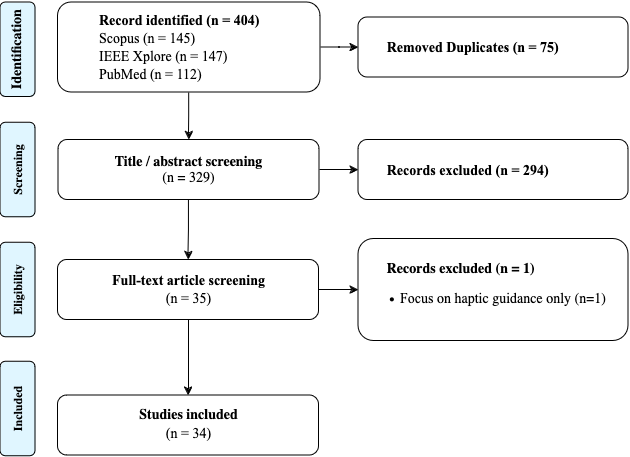
Before: prisma_overview.png, a diagram exported from draw.io (Hobsyllvin/Literature-Research-Master-Thesis). Source tidied: cells renumbered, new cells last; positions are measured from the earlier drawing's top-left corner, leaving out a move shared by most shapes.
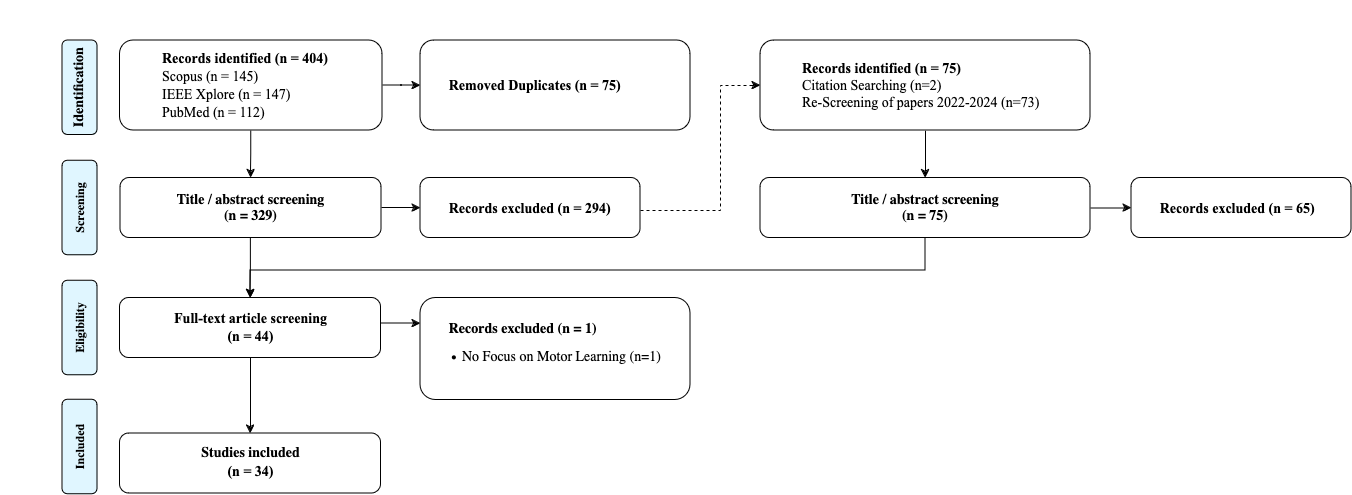
Later version of the same file.

Diff of the diagram source:
```diff
@@ -8,7 +8,7 @@
     <mxCell id="3" style="edgeStyle=orthogonalEdgeStyle;rounded=0;jettySize=auto;html=1;" parent="1" edge="1" source="4" target="14">
       <mxGeometry relative="1" as="geometry" />
     </mxCell>
-    <mxCell id="4" value="&lt;blockquote&gt;&lt;font face=&quot;Times New Roman&quot; style=&quot;font-size: 14px;&quot;&gt;&lt;b&gt;Record identified (n = 404)&lt;/b&gt;&lt;/font&gt;&lt;font style=&quot;font-size: 14px;&quot; face=&quot;5oVnLbHLS7s7FJfhOWXu&quot;&gt;&lt;br&gt;&lt;/font&gt;&lt;font style=&quot;font-size: 14px;&quot; face=&quot;Times New Roman&quot;&gt;Scopus&lt;/font&gt;&lt;font style=&quot;font-size: 14px;&quot; face=&quot;Times New Roman&quot;&gt; (n = 145)&lt;/font&gt;&lt;font style=&quot;font-size: 14px;&quot; face=&quot;5oVnLbHLS7s7FJfhOWXu&quot;&gt;&lt;br&gt;&lt;/font&gt;&lt;font style=&quot;font-size: 14px;&quot; face=&quot;Times New Roman&quot;&gt;IEEE Xplore (n = 147)&lt;/font&gt;&lt;font style=&quot;font-size: 14px;&quot; face=&quot;5oVnLbHLS7s7FJfhOWXu&quot;&gt;&lt;br&gt;&lt;/font&gt;&lt;font style=&quot;font-size: 14px;&quot; face=&quot;Times New Roman&quot;&gt;PubMed (n = 112)&lt;/font&gt;&lt;/blockquote&gt;" style="rounded=1;whiteSpace=wrap;html=1;fontSize=12;glass=0;strokeWidth=1;shadow=0;align=left;" parent="1" vertex="1">
+    <mxCell id="4" value="&lt;blockquote&gt;&lt;font face=&quot;Times New Roman&quot; style=&quot;font-size: 14px;&quot;&gt;&lt;b&gt;Records identified (n = 404)&lt;/b&gt;&lt;/font&gt;&lt;font style=&quot;font-size: 14px;&quot; face=&quot;5oVnLbHLS7s7FJfhOWXu&quot;&gt;&lt;br&gt;&lt;/font&gt;&lt;font style=&quot;font-size: 14px;&quot; face=&quot;Times New Roman&quot;&gt;Scopus&lt;/font&gt;&lt;font style=&quot;font-size: 14px;&quot; face=&quot;Times New Roman&quot;&gt; (n = 145)&lt;/font&gt;&lt;font style=&quot;font-size: 14px;&quot; face=&quot;5oVnLbHLS7s7FJfhOWXu&quot;&gt;&lt;br&gt;&lt;/font&gt;&lt;font style=&quot;font-size: 14px;&quot; face=&quot;Times New Roman&quot;&gt;IEEE Xplore (n = 147)&lt;/font&gt;&lt;font style=&quot;font-size: 14px;&quot; face=&quot;5oVnLbHLS7s7FJfhOWXu&quot;&gt;&lt;br&gt;&lt;/font&gt;&lt;font style=&quot;font-size: 14px;&quot; face=&quot;Times New Roman&quot;&gt;PubMed (n = 112)&lt;/font&gt;&lt;/blockquote&gt;" style="rounded=1;whiteSpace=wrap;html=1;fontSize=12;glass=0;strokeWidth=1;shadow=0;align=left;" parent="1" vertex="1">
       <mxGeometry x="87.5" width="262.5" height="90" as="geometry" />
     </mxCell>
     <mxCell id="5" style="edgeStyle=orthogonalEdgeStyle;rounded=0;jettySize=auto;html=1;" parent="1" edge="1" source="7" target="11">
@@ -17,29 +17,34 @@
     <mxCell id="6" style="edgeStyle=orthogonalEdgeStyle;rounded=0;jettySize=auto;html=1;" parent="1" edge="1" source="7" target="10">
       <mxGeometry relative="1" as="geometry" />
     </mxCell>
-    <mxCell id="7" value="&lt;div&gt;&lt;font style=&quot;font-size: 14px;&quot;&gt;&lt;b&gt;&lt;font face=&quot;Lucida Console&quot;&gt;Title / abstract screening&lt;/font&gt;&lt;/b&gt;&lt;/font&gt;&lt;/div&gt;&lt;div&gt;&lt;font style=&quot;font-size: 14px;&quot; face=&quot;Vf-fnMTilvaQMkSSkMgD&quot;&gt;(n = 329)&lt;br&gt;&lt;/font&gt;&lt;/div&gt;" style="rounded=1;whiteSpace=wrap;html=1;fontSize=12;glass=0;strokeWidth=1;shadow=0;" parent="1" vertex="1">
+    <mxCell id="7" value="&lt;div&gt;&lt;font style=&quot;font-size: 14px;&quot;&gt;&lt;b&gt;&lt;font face=&quot;Lucida Console&quot;&gt;Title / abstract screening&lt;/font&gt;&lt;/b&gt;&lt;/font&gt;&lt;/div&gt;&lt;div&gt;&lt;b&gt;&lt;font style=&quot;font-size: 14px;&quot; face=&quot;Vf-fnMTilvaQMkSSkMgD&quot;&gt;(n = 329)&lt;br&gt;&lt;/font&gt;&lt;/b&gt;&lt;/div&gt;" style="rounded=1;whiteSpace=wrap;html=1;fontSize=12;glass=0;strokeWidth=1;shadow=0;" parent="1" vertex="1">
       <mxGeometry x="88" y="137.5" width="261" height="60" as="geometry" />
     </mxCell>
     <mxCell id="8" style="edgeStyle=orthogonalEdgeStyle;rounded=0;jettySize=auto;html=1;" parent="1" edge="1" source="10" target="13">
       <mxGeometry relative="1" as="geometry" />
     </mxCell>
-    <mxCell id="9" style="edgeStyle=orthogonalEdgeStyle;rounded=0;jettySize=auto;html=1;" parent="1" edge="1" source="10" target="12">
-      <mxGeometry relative="1" as="geometry" />
+    <mxCell id="9" style="edgeStyle=orthogonalEdgeStyle;rounded=0;jettySize=auto;html=1;entryX=0;entryY=0.25;entryDx=0;entryDy=0;" parent="1" edge="1" source="10" target="12">
+      <mxGeometry relative="1" as="geometry">
+        <Array as="points">
+          <mxPoint x="358" y="283" />
+          <mxPoint x="358" y="283" />
+        </Array>
+      </mxGeometry>
     </mxCell>
-    <mxCell id="10" value="&lt;div&gt;&lt;font style=&quot;font-size: 14px;&quot; face=&quot;Times New Roman&quot;&gt;&lt;b&gt;&lt;font&gt;Full-text article screening&lt;/font&gt;&lt;/b&gt;&lt;/font&gt;&lt;/div&gt;&lt;div&gt;&lt;font style=&quot;font-size: 14px;&quot; face=&quot;Times New Roman&quot;&gt;(n = 35)&lt;/font&gt;&lt;font size=&quot;3&quot; face=&quot;kwr3ORwjJ1YsfLUXT_0h&quot;&gt;&lt;br&gt;&lt;/font&gt;&lt;/div&gt;" style="rounded=1;whiteSpace=wrap;html=1;fontSize=12;glass=0;strokeWidth=1;shadow=0;" parent="1" vertex="1">
+    <mxCell id="10" value="&lt;div&gt;&lt;font style=&quot;font-size: 14px;&quot; face=&quot;Times New Roman&quot;&gt;&lt;b&gt;&lt;font&gt;Full-text article screening&lt;/font&gt;&lt;/b&gt;&lt;/font&gt;&lt;/div&gt;&lt;div&gt;&lt;b&gt;&lt;font style=&quot;font-size: 14px;&quot; face=&quot;Times New Roman&quot;&gt;(n = 44)&lt;/font&gt;&lt;font size=&quot;3&quot; face=&quot;kwr3ORwjJ1YsfLUXT_0h&quot;&gt;&lt;br&gt;&lt;/font&gt;&lt;/b&gt;&lt;/div&gt;" style="rounded=1;whiteSpace=wrap;html=1;fontSize=12;glass=0;strokeWidth=1;shadow=0;" parent="1" vertex="1">
       <mxGeometry x="87.5" y="257.5" width="261" height="60" as="geometry" />
     </mxCell>
     <mxCell id="11" value="&lt;div align=&quot;left&quot;&gt;&lt;div&gt;&lt;font face=&quot;Times New Roman&quot;&gt;&lt;b&gt;&lt;font style=&quot;font-size: 14px;&quot;&gt;&lt;span style=&quot;white-space: pre;&quot;&gt;&#9;&lt;/span&gt;Records excluded (n = 294)&lt;/font&gt;&lt;/b&gt;&lt;/font&gt;&lt;/div&gt;&lt;/div&gt;" style="rounded=1;whiteSpace=wrap;html=1;fontSize=12;glass=0;strokeWidth=1;shadow=0;align=left;" parent="1" vertex="1">
-      <mxGeometry x="388" y="137.5" width="270" height="60" as="geometry" />
+      <mxGeometry x="388" y="137.5" width="220" height="60" as="geometry" />
     </mxCell>
-    <mxCell id="12" value="&lt;div align=&quot;justify&quot;&gt;&lt;b&gt;&lt;font style=&quot;font-size: 14px;&quot; face=&quot;Lucida Console&quot;&gt;&lt;span style=&quot;white-space: pre;&quot;&gt;&#9;&lt;/span&gt;Records excluded (n = 1)&lt;/font&gt;&lt;/b&gt;&lt;/div&gt;&lt;div align=&quot;justify&quot;&gt;&lt;ul&gt;&lt;li&gt;&lt;font style=&quot;font-size: 14px;&quot; face=&quot;Times New Roman&quot;&gt;Focus&lt;/font&gt;&lt;font style=&quot;font-size: 14px;&quot; face=&quot;mY5P2F2tdVI3r5gdOyLp&quot;&gt; on haptic guidance only (n=1)&lt;br&gt;&lt;/font&gt;&lt;/li&gt;&lt;/ul&gt;&lt;/div&gt;" style="rounded=1;whiteSpace=wrap;html=1;fontSize=12;glass=0;strokeWidth=1;shadow=0;align=left;" parent="1" vertex="1">
-      <mxGeometry x="388" y="236.5" width="270" height="102" as="geometry" />
+    <mxCell id="12" value="&lt;div align=&quot;justify&quot;&gt;&lt;b&gt;&lt;font style=&quot;font-size: 14px;&quot; face=&quot;Lucida Console&quot;&gt;&lt;span style=&quot;white-space: pre;&quot;&gt;&#9;&lt;/span&gt;Records excluded (n = 1)&lt;/font&gt;&lt;/b&gt;&lt;/div&gt;&lt;div align=&quot;justify&quot;&gt;&lt;ul&gt;&lt;li&gt;&lt;font style=&quot;font-size: 14px;&quot; face=&quot;mY5P2F2tdVI3r5gdOyLp&quot;&gt;No Focus on Motor Learning&lt;/font&gt;&lt;font style=&quot;font-size: 14px;&quot; face=&quot;mY5P2F2tdVI3r5gdOyLp&quot;&gt; (n=1)&lt;br&gt;&lt;/font&gt;&lt;/li&gt;&lt;/ul&gt;&lt;/div&gt;" style="rounded=1;whiteSpace=wrap;html=1;fontSize=12;glass=0;strokeWidth=1;shadow=0;align=left;" parent="1" vertex="1">
+      <mxGeometry x="388" y="257.5" width="270" height="102" as="geometry" />
     </mxCell>
-    <mxCell id="13" value="&lt;div&gt;&lt;font style=&quot;font-size: 14px;&quot;&gt;&lt;b&gt;&lt;font face=&quot;Lucida Console&quot;&gt;Studies included&lt;/font&gt;&lt;/b&gt;&lt;/font&gt;&lt;/div&gt;&lt;div&gt;&lt;font face=&quot;Times New Roman&quot; style=&quot;font-size: 14px;&quot;&gt;(n = 34)&lt;/font&gt;&lt;font face=&quot;HePOMZP5A3MMD9hjjT4f&quot; size=&quot;3&quot;&gt;&lt;br&gt;&lt;/font&gt;&lt;/div&gt;" style="rounded=1;whiteSpace=wrap;html=1;fontSize=12;glass=0;strokeWidth=1;shadow=0;" parent="1" vertex="1">
+    <mxCell id="13" value="&lt;div&gt;&lt;font style=&quot;font-size: 14px;&quot;&gt;&lt;b&gt;&lt;font face=&quot;Lucida Console&quot;&gt;Studies included&lt;/font&gt;&lt;/b&gt;&lt;/font&gt;&lt;/div&gt;&lt;div&gt;&lt;b&gt;&lt;font face=&quot;Times New Roman&quot; style=&quot;font-size: 14px;&quot;&gt;(n = 34)&lt;/font&gt;&lt;font face=&quot;HePOMZP5A3MMD9hjjT4f&quot; size=&quot;3&quot;&gt;&lt;br&gt;&lt;/font&gt;&lt;/b&gt;&lt;/div&gt;" style="rounded=1;whiteSpace=wrap;html=1;fontSize=12;glass=0;strokeWidth=1;shadow=0;" parent="1" vertex="1">
       <mxGeometry x="87.5" y="393" width="261" height="60" as="geometry" />
     </mxCell>
     <mxCell id="14" value="&lt;div align=&quot;left&quot;&gt;&lt;font face=&quot;Times New Roman&quot; style=&quot;font-size: 14px;&quot;&gt;&lt;b&gt;&lt;span style=&quot;white-space: pre;&quot;&gt;&#9;&lt;/span&gt;Removed Duplicates (n = 75)&lt;/b&gt;&lt;/font&gt;&lt;/div&gt;" style="rounded=1;whiteSpace=wrap;html=1;fontSize=12;glass=0;strokeWidth=1;shadow=0;align=left;" parent="1" vertex="1">
-      <mxGeometry x="388" y="15" width="270" height="60" as="geometry" />
+      <mxGeometry x="388" width="270" height="90" as="geometry" />
     </mxCell>
     <mxCell id="15" value="&lt;font face=&quot;Lucida Console&quot; style=&quot;font-size: 14px;&quot;&gt;&lt;b&gt;Identification&lt;/b&gt;&lt;/font&gt;" style="rounded=1;whiteSpace=wrap;html=1;rotation=-90;fillColor=#E0F6FF;" parent="1" vertex="1">
       <mxGeometry x="0.2" y="29.8" width="94.5" height="35" as="geometry" />
@@ -53,5 +58,45 @@
     <mxCell id="18" value="&lt;font face=&quot;Lucida Console&quot;&gt;&lt;b&gt;Included&lt;/b&gt;&lt;/font&gt;" style="rounded=1;whiteSpace=wrap;html=1;rotation=-90;fillColor=#E0F6FF;" parent="1" vertex="1">
       <mxGeometry x="0.2" y="389" width="94.5" height="35" as="geometry" />
     </mxCell>
+    <mxCell id="19" style="ellipse;whiteSpace=wrap;html=1;" parent="1" vertex="1">
+      <mxGeometry x="-32" y="-40" width="40" as="geometry" />
+    </mxCell>
+    <mxCell id="20" style="edgeStyle=orthogonalEdgeStyle;rounded=0;jettySize=auto;html=1;" parent="1" edge="1" source="21" target="24">
+      <mxGeometry relative="1" as="geometry" />
+    </mxCell>
+    <mxCell id="21" value="&lt;blockquote&gt;&lt;font face=&quot;Times New Roman&quot; style=&quot;font-size: 14px;&quot;&gt;&lt;b&gt;Records identified (n = 75)&lt;/b&gt;&lt;/font&gt;&lt;font face=&quot;Times New Roman&quot; style=&quot;font-size: 14px;&quot;&gt;&lt;br&gt;Citation Searching (n=2)&lt;br&gt;Re-Screening of papers 2022-2024 (n=73)&lt;br&gt;&lt;/font&gt;&lt;/blockquote&gt;" style="rounded=1;whiteSpace=wrap;html=1;fontSize=12;glass=0;strokeWidth=1;shadow=0;align=left;" parent="1" vertex="1">
+      <mxGeometry x="728" width="330" height="90" as="geometry" />
+    </mxCell>
+    <mxCell id="22" style="edgeStyle=orthogonalEdgeStyle;rounded=0;jettySize=auto;html=1;" parent="1" edge="1" source="24" target="25">
+      <mxGeometry relative="1" as="geometry" />
+    </mxCell>
+    <mxCell id="23" style="edgeStyle=orthogonalEdgeStyle;rounded=0;jettySize=auto;html=1;entryX=0.5;entryY=0;entryDx=0;entryDy=0;" parent="1" edge="1" source="24" target="10">
+      <mxGeometry relative="1" as="geometry">
+        <Array as="points">
+          <mxPoint x="893" y="230" />
+          <mxPoint x="218" y="230" />
+        </Array>
+      </mxGeometry>
+    </mxCell>
+    <mxCell id="24" value="&lt;div&gt;&lt;font style=&quot;font-size: 14px;&quot;&gt;&lt;b&gt;&lt;font face=&quot;Lucida Console&quot;&gt;Title / abstract screening&lt;/font&gt;&lt;/b&gt;&lt;/font&gt;&lt;/div&gt;&lt;div&gt;&lt;b&gt;&lt;font style=&quot;font-size: 14px;&quot; face=&quot;Vf-fnMTilvaQMkSSkMgD&quot;&gt;(n = 75)&lt;br&gt;&lt;/font&gt;&lt;/b&gt;&lt;/div&gt;" style="rounded=1;whiteSpace=wrap;html=1;fontSize=12;glass=0;strokeWidth=1;shadow=0;" parent="1" vertex="1">
+      <mxGeometry x="728" y="137.5" width="330" height="60" as="geometry" />
+    </mxCell>
+    <mxCell id="25" value="&lt;div align=&quot;left&quot;&gt;&lt;div&gt;&lt;font face=&quot;Times New Roman&quot;&gt;&lt;b&gt;&lt;font style=&quot;font-size: 14px;&quot;&gt;&lt;span style=&quot;white-space: pre;&quot;&gt;&#9;&lt;/span&gt;Records excluded (n = 65)&lt;/font&gt;&lt;/b&gt;&lt;/font&gt;&lt;/div&gt;&lt;/div&gt;" style="rounded=1;whiteSpace=wrap;html=1;fontSize=12;glass=0;strokeWidth=1;shadow=0;align=left;" parent="1" vertex="1">
+      <mxGeometry x="1099" y="137.5" width="220" height="60" as="geometry" />
+    </mxCell>
+    <mxCell id="26" style="endArrow=none;dashed=1;html=1;rounded=0;entryX=0;entryY=0.5;entryDx=0;entryDy=0;" parent="1" edge="1" target="21">
+      <mxGeometry relative="1" as="geometry">
+        <mxPoint x="608" y="170" as="sourcePoint" />
+        <Array as="points">
+          <mxPoint x="688" y="170" />
+          <mxPoint x="688" y="45" />
+        </Array>
+      </mxGeometry>
+    </mxCell>
+    <mxCell id="27" style="endArrow=classic;html=1;rounded=0;entryX=0;entryY=0.5;entryDx=0;entryDy=0;" parent="1" edge="1" target="21">
+      <mxGeometry relative="1" as="geometry">
+        <mxPoint x="718" y="45" as="sourcePoint" />
+      </mxGeometry>
+    </mxCell>
   </root>
 </mxGraphModel>
```
